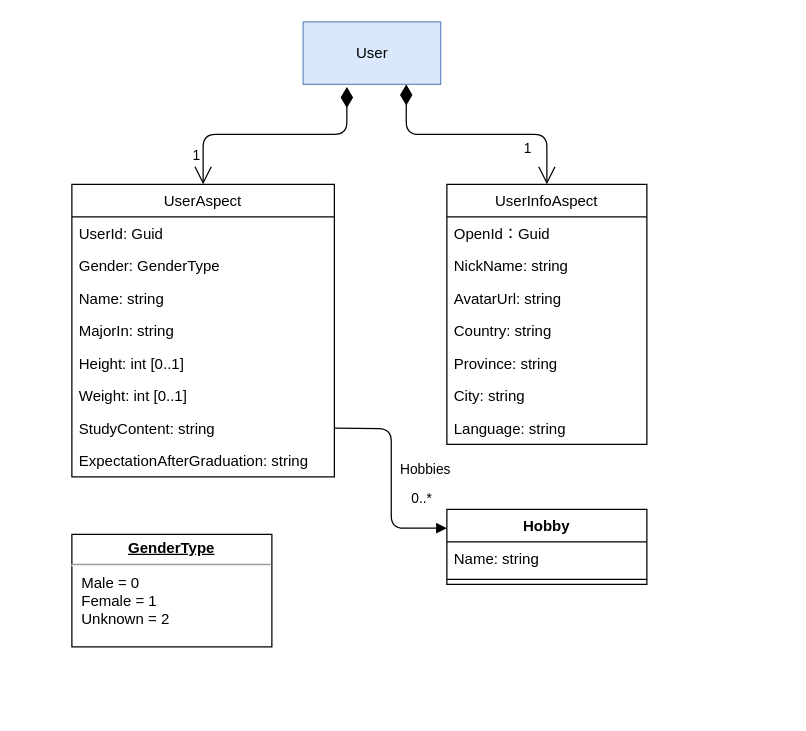
Before: UML/User.drawio in sdlfly2000/MindBridgeCampServer, a draw.io diagram. Source tidied: cells renumbered, new cells numbered last; positions are measured from the earlier drawing's top-left corner, leaving out a move shared by most shapes. Both pictures are drawn from the tidied source at 125%, with x=0, y=0 at pixel (71, 21).
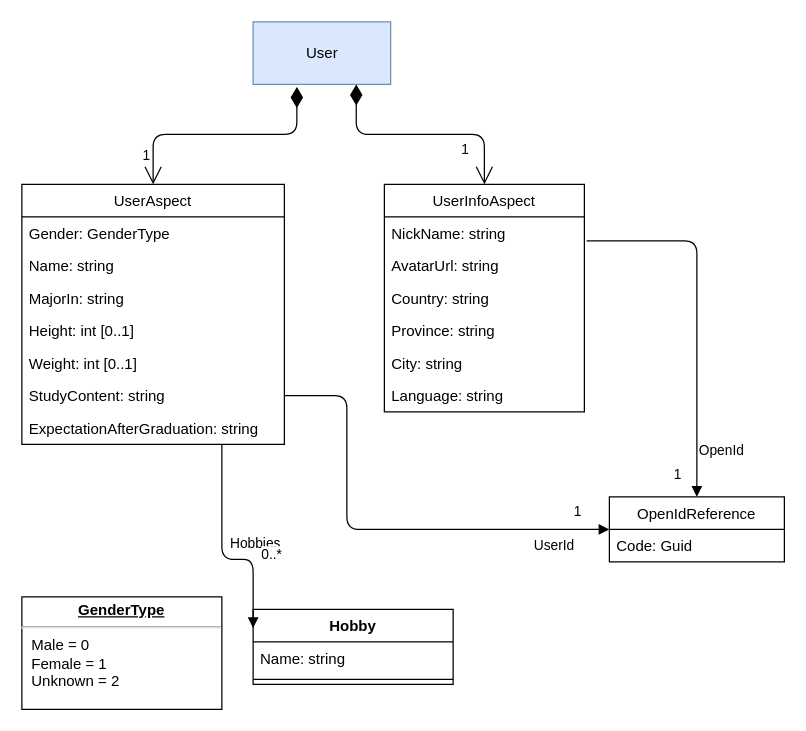
Above is the later version.

Commit message (it also covers changes not shown here):
Add UML accessToken

Change to the diagram source:
```diff
@@
     <mxCell id="2" value="UserAspect" style="swimlane;fontStyle=0;horizontal=1;startSize=26;fillColor=none;" parent="1" vertex="1">
-      <mxGeometry y="130" width="210" height="234" as="geometry" />
+      <mxGeometry x="-40" y="130" width="210" height="208" as="geometry" />
     </mxCell>
-    <mxCell id="3" value="UserId: Guid" style="text;strokeColor=none;fillColor=none;align=left;verticalAlign=top;spacingLeft=4;spacingRight=4;overflow=hidden;" parent="2" vertex="1">
-      <mxGeometry y="26" width="210" height="26" as="geometry" />
-    </mxCell>
     <mxCell id="4" value="Gender: GenderType" style="text;strokeColor=none;fillColor=none;align=left;verticalAlign=top;spacingLeft=4;spacingRight=4;overflow=hidden;" parent="2" vertex="1">
-      <mxGeometry y="52" width="210" height="26" as="geometry" />
+      <mxGeometry y="26" width="210" height="26" as="geometry" />
     </mxCell>
     <mxCell id="5" value="Name: string" style="text;strokeColor=none;fillColor=none;align=left;verticalAlign=top;spacingLeft=4;spacingRight=4;overflow=hidden;" parent="2" vertex="1">
-      <mxGeometry y="78" width="210" height="26" as="geometry" />
+      <mxGeometry y="52" width="210" height="26" as="geometry" />
     </mxCell>
     <mxCell id="6" value="MajorIn: string" style="text;strokeColor=none;fillColor=none;align=left;verticalAlign=top;spacingLeft=4;spacingRight=4;overflow=hidden;" parent="2" vertex="1">
-      <mxGeometry y="104" width="210" height="26" as="geometry" />
+      <mxGeometry y="78" width="210" height="26" as="geometry" />
     </mxCell>
     <mxCell id="7" value="Height: int [0..1]" style="text;strokeColor=none;fillColor=none;align=left;verticalAlign=top;spacingLeft=4;spacingRight=4;overflow=hidden;" parent="2" vertex="1">
-      <mxGeometry y="130" width="210" height="26" as="geometry" />
+      <mxGeometry y="104" width="210" height="26" as="geometry" />
     </mxCell>
     <mxCell id="8" value="Weight: int [0..1]" style="text;strokeColor=none;fillColor=none;align=left;verticalAlign=top;spacingLeft=4;spacingRight=4;overflow=hidden;" parent="2" vertex="1">
-      <mxGeometry y="156" width="210" height="26" as="geometry" />
+      <mxGeometry y="130" width="210" height="26" as="geometry" />
     </mxCell>
     <mxCell id="9" value="StudyContent: string" style="text;strokeColor=none;fillColor=none;align=left;verticalAlign=top;spacingLeft=4;spacingRight=4;overflow=hidden;points=[[0,0.5],[1,0.5]];portConstraint=eastwest;" parent="2" vertex="1">
-      <mxGeometry y="182" width="210" height="26" as="geometry" />
+      <mxGeometry y="156" width="210" height="26" as="geometry" />
     </mxCell>
     <mxCell id="10" value="ExpectationAfterGraduation: string" style="text;strokeColor=none;fillColor=none;align=left;verticalAlign=top;spacingLeft=4;spacingRight=4;overflow=hidden;" parent="2" vertex="1">
-      <mxGeometry y="208" width="210" height="26" as="geometry" />
+      <mxGeometry y="182" width="210" height="26" as="geometry" />
     </mxCell>
     <mxCell id="11" value="User" style="html=1;fillColor=#dae8fc;strokeColor=#6c8ebf;" parent="1" vertex="1">
-      <mxGeometry x="185" width="110" height="50" as="geometry" />
+      <mxGeometry x="145" width="110" height="50" as="geometry" />
     </mxCell>
@@
     <mxCell id="13" value="UserInfoAspect" style="swimlane;fontStyle=0;horizontal=1;startSize=26;fillColor=none;" parent="1" vertex="1">
-      <mxGeometry x="300" y="130" width="160" height="208" as="geometry" />
+      <mxGeometry x="250" y="130" width="160" height="182" as="geometry" />
     </mxCell>
-    <mxCell id="14" value="OpenId：Guid" style="text;strokeColor=none;fillColor=none;align=left;verticalAlign=top;spacingLeft=4;spacingRight=4;overflow=hidden;" parent="13" vertex="1">
-      <mxGeometry y="26" width="160" height="26" as="geometry" />
-    </mxCell>
     <mxCell id="15" value="NickName: string" style="text;strokeColor=none;fillColor=none;align=left;verticalAlign=top;spacingLeft=4;spacingRight=4;overflow=hidden;" parent="13" vertex="1">
-      <mxGeometry y="52" width="160" height="26" as="geometry" />
+      <mxGeometry y="26" width="160" height="26" as="geometry" />
     </mxCell>
     <mxCell id="16" value="AvatarUrl: string" style="text;strokeColor=none;fillColor=none;align=left;verticalAlign=top;spacingLeft=4;spacingRight=4;overflow=hidden;" parent="13" vertex="1">
-      <mxGeometry y="78" width="160" height="26" as="geometry" />
+      <mxGeometry y="52" width="160" height="26" as="geometry" />
     </mxCell>
     <mxCell id="17" value="Country: string" style="text;strokeColor=none;fillColor=none;align=left;verticalAlign=top;spacingLeft=4;spacingRight=4;overflow=hidden;" parent="13" vertex="1">
-      <mxGeometry y="104" width="160" height="26" as="geometry" />
+      <mxGeometry y="78" width="160" height="26" as="geometry" />
     </mxCell>
     <mxCell id="18" value="Province: string" style="text;strokeColor=none;fillColor=none;align=left;verticalAlign=top;spacingLeft=4;spacingRight=4;overflow=hidden;" parent="13" vertex="1">
-      <mxGeometry y="130" width="160" height="26" as="geometry" />
+      <mxGeometry y="104" width="160" height="26" as="geometry" />
     </mxCell>
     <mxCell id="19" value="City: string" style="text;strokeColor=none;fillColor=none;align=left;verticalAlign=top;spacingLeft=4;spacingRight=4;overflow=hidden;" parent="13" vertex="1">
-      <mxGeometry y="156" width="160" height="26" as="geometry" />
+      <mxGeometry y="130" width="160" height="26" as="geometry" />
     </mxCell>
     <mxCell id="20" value="Language: string" style="text;strokeColor=none;fillColor=none;align=left;verticalAlign=top;spacingLeft=4;spacingRight=4;overflow=hidden;" parent="13" vertex="1">
-      <mxGeometry y="182" width="160" height="26" as="geometry" />
+      <mxGeometry y="156" width="160" height="26" as="geometry" />
     </mxCell>
@@
     <mxCell id="22" value="Hobby" style="swimlane;fontStyle=1;align=center;verticalAlign=top;horizontal=1;startSize=26;" parent="1" vertex="1">
-      <mxGeometry x="300" y="390" width="160" height="60" as="geometry" />
+      <mxGeometry x="145" y="470" width="160" height="60" as="geometry" />
     </mxCell>
@@
-    <mxCell id="25" value="Hobbies" style="endArrow=block;endFill=1;html=1;edgeStyle=orthogonalEdgeStyle;align=left;verticalAlign=top;exitX=1;exitY=0.5;exitDx=0;exitDy=0;entryX=0;entryY=0.25;entryDx=0;entryDy=0;" parent="1" edge="1" target="22">
+    <mxCell id="25" value="Hobbies" style="endArrow=block;endFill=1;html=1;edgeStyle=orthogonalEdgeStyle;align=left;verticalAlign=top;entryX=0;entryY=0.25;entryDx=0;entryDy=0;" parent="1" edge="1" source="2" target="22">
       <mxGeometry x="-0.23" y="5" relative="1" as="geometry">
-        <mxPoint x="210" y="325" as="sourcePoint" />
+        <Array as="points">
+          <mxPoint x="120" y="430" />
+          <mxPoint x="145" y="430" />
+        </Array>
       </mxGeometry>
     </mxCell>
     <mxCell id="26" value="0..*" style="edgeLabel;html=1;align=left;verticalAlign=bottom;" parent="25" vertex="1">
       <mxGeometry x="-1" relative="1" as="geometry">
-        <mxPoint x="60" y="64" as="offset" />
+        <mxPoint x="29.9" y="96" as="offset" />
       </mxGeometry>
     </mxCell>
     <mxCell id="27" value="&lt;p style=&quot;margin: 0px ; margin-top: 4px ; text-align: center ; text-decoration: underline&quot;&gt;&lt;b&gt;GenderType&lt;/b&gt;&lt;/p&gt;&lt;hr&gt;&lt;p style=&quot;margin: 0px ; margin-left: 8px&quot;&gt;Male = 0&lt;br&gt;Female = 1&lt;br&gt;Unknown = 2&lt;/p&gt;" style="verticalAlign=top;align=left;overflow=fill;fontSize=12;fontFamily=Helvetica;html=1;" parent="1" vertex="1">
-      <mxGeometry y="410" width="160" height="90" as="geometry" />
+      <mxGeometry x="-40" y="460" width="160" height="90" as="geometry" />
     </mxCell>
+    <mxCell id="28" value="OpenIdReference" style="swimlane;fontStyle=0;horizontal=1;startSize=26;fillColor=none;" parent="1" vertex="1">
+      <mxGeometry x="430" y="380" width="140" height="52" as="geometry" />
+    </mxCell>
+    <mxCell id="29" value="Code: Guid" style="text;strokeColor=none;fillColor=none;align=left;verticalAlign=top;spacingLeft=4;spacingRight=4;overflow=hidden;" parent="28" vertex="1">
+      <mxGeometry y="26" width="140" height="26" as="geometry" />
+    </mxCell>
+    <mxCell id="30" value="UserId" style="endArrow=block;endFill=1;html=1;edgeStyle=orthogonalEdgeStyle;align=left;verticalAlign=top;" parent="1" edge="1" source="9" target="28">
+      <mxGeometry x="0.66" relative="1" as="geometry">
+        <Array as="points">
+          <mxPoint x="220" y="299" />
+          <mxPoint x="220" y="406" />
+        </Array>
+      </mxGeometry>
+    </mxCell>
+    <mxCell id="31" value="1" style="edgeLabel;html=1;align=left;verticalAlign=bottom;" parent="30" vertex="1">
+      <mxGeometry x="-1" relative="1" as="geometry">
+        <mxPoint x="230" y="101" as="offset" />
+      </mxGeometry>
+    </mxCell>
+    <mxCell id="32" value="OpenId" style="endArrow=block;endFill=1;html=1;edgeStyle=orthogonalEdgeStyle;align=left;verticalAlign=top;exitX=1.011;exitY=0.735;exitDx=0;exitDy=0;exitPerimeter=0;entryX=0.5;entryY=0;entryDx=0;entryDy=0;" parent="1" edge="1" target="28">
+      <mxGeometry x="0.66" relative="1" as="geometry">
+        <mxPoint x="411.8" y="175.1" as="sourcePoint" />
+        <Array as="points">
+          <mxPoint x="500" y="175" />
+        </Array>
+      </mxGeometry>
+    </mxCell>
+    <mxCell id="33" value="1" style="edgeLabel;html=1;align=left;verticalAlign=bottom;" parent="32" vertex="1">
+      <mxGeometry x="-1" relative="1" as="geometry">
+        <mxPoint x="68.2" y="194.9" as="offset" />
+      </mxGeometry>
+    </mxCell>
```
